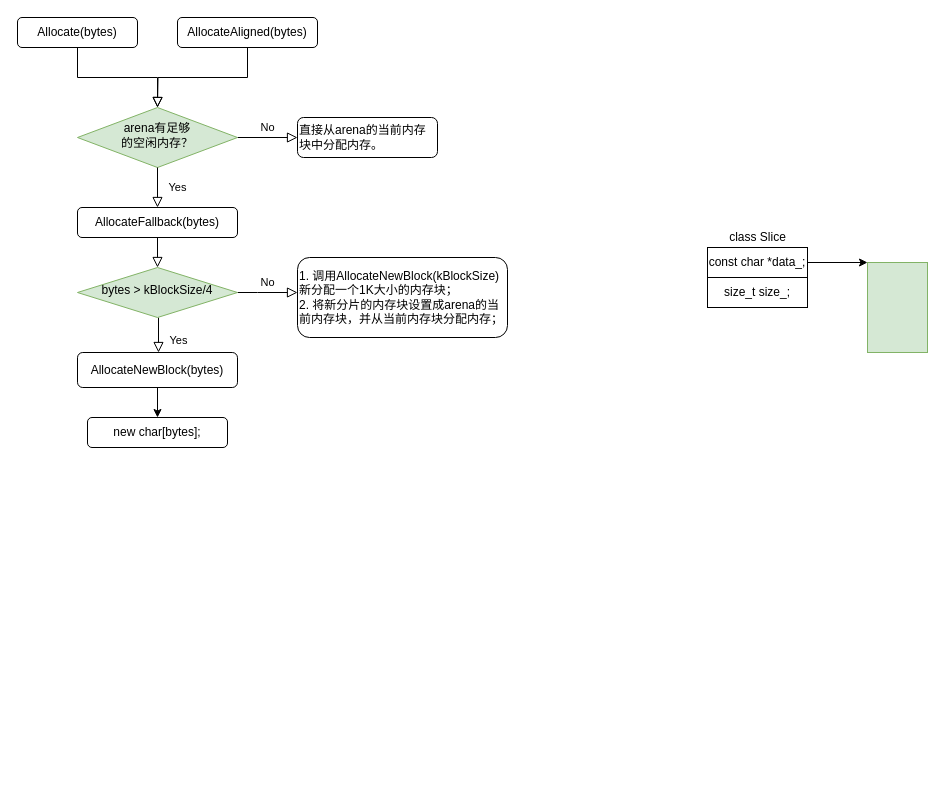
Above: leveldb_arena.drawio in leonsimba/kv_cache (draw.io), before the change. Source tidied: cells renumbered, new cells numbered last; positions are measured from the earlier drawing's top-left corner, leaving out a move shared by most shapes. Both pictures are drawn from the tidied source at 100%, with x=0, y=0 at pixel (17, 17).
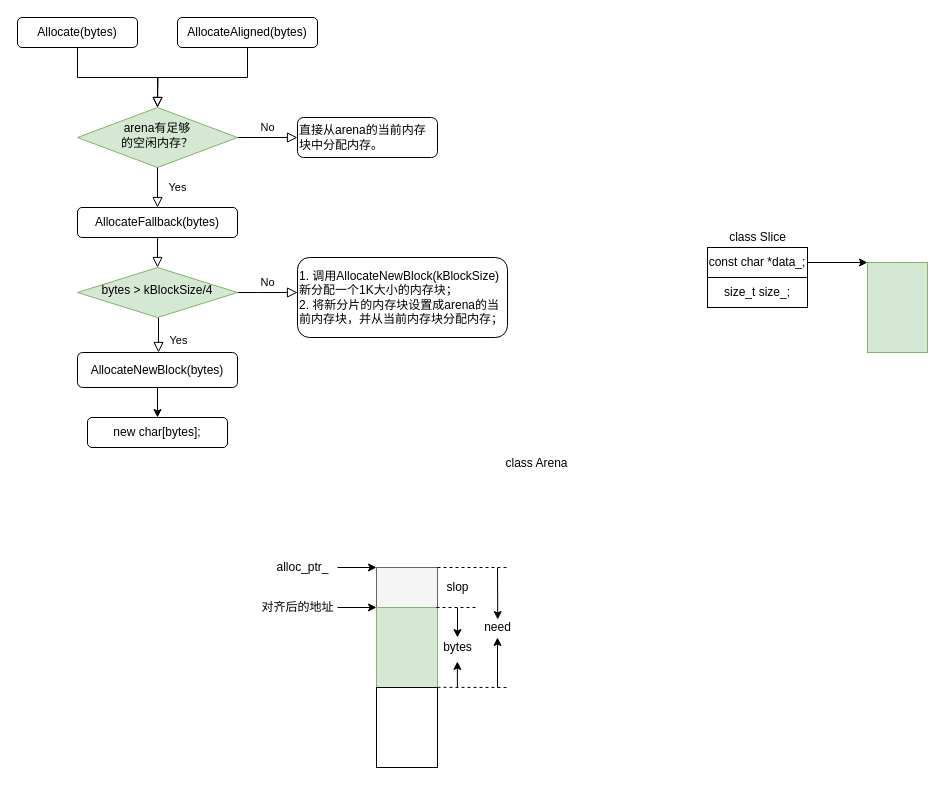
Above is the later version.

What changed in the source:
```diff
@@
+    <mxCell id="24" style="rounded=0;whiteSpace=wrap;html=1;fillColor=#f5f5f5;strokeColor=#666666;fontColor=#333333;" parent="1" vertex="1">
+      <mxGeometry x="359" y="550" width="61" height="40" as="geometry" />
+    </mxCell>
+    <mxCell id="25" value="class Arena" style="text;html=1;align=center;verticalAlign=middle;" parent="1" vertex="1">
+      <mxGeometry x="479" y="436" width="80" height="20" as="geometry" />
+    </mxCell>
+    <mxCell id="26" style="rounded=0;whiteSpace=wrap;html=1;fillColor=#d5e8d4;strokeColor=#82b366;" parent="1" vertex="1">
+      <mxGeometry x="359" y="590" width="61" height="80" as="geometry" />
+    </mxCell>
+    <mxCell id="27" style="rounded=0;whiteSpace=wrap;html=1;" parent="1" vertex="1">
+      <mxGeometry x="359" y="670" width="61" height="80" as="geometry" />
+    </mxCell>
+    <mxCell id="28" value="bytes" style="text;html=1;align=center;verticalAlign=middle;" parent="1" vertex="1">
+      <mxGeometry x="420" y="620" width="40" height="20" as="geometry" />
+    </mxCell>
+    <mxCell id="29" value="slop" style="text;html=1;align=center;verticalAlign=middle;" parent="1" vertex="1">
+      <mxGeometry x="420" y="560" width="40" height="20" as="geometry" />
+    </mxCell>
+    <mxCell id="30" style="endArrow=none;html=1;exitX=1;exitY=0;exitDx=0;exitDy=0;dashed=1;" parent="1" edge="1" source="24">
+      <mxGeometry relative="1" as="geometry">
+        <mxPoint x="490" y="550" as="targetPoint" />
+      </mxGeometry>
+    </mxCell>
+    <mxCell id="31" style="endArrow=none;html=1;exitX=1;exitY=0;exitDx=0;exitDy=0;dashed=1;" parent="1" edge="1">
+      <mxGeometry relative="1" as="geometry">
+        <mxPoint x="419" y="590" as="sourcePoint" />
+        <mxPoint x="459" y="590" as="targetPoint" />
+      </mxGeometry>
+    </mxCell>
+    <mxCell id="32" value="alloc_ptr_" style="text;html=1;align=center;verticalAlign=middle;" parent="1" vertex="1">
+      <mxGeometry x="250" y="540" width="70" height="20" as="geometry" />
+    </mxCell>
+    <mxCell id="33" style="endArrow=classic;html=1;entryX=0;entryY=0;entryDx=0;entryDy=0;" parent="1" edge="1" target="24">
+      <mxGeometry relative="1" as="geometry">
+        <mxPoint x="320" y="550" as="sourcePoint" />
+      </mxGeometry>
+    </mxCell>
+    <mxCell id="34" value="对齐后的地址" style="text;html=1;align=center;verticalAlign=middle;" parent="1" vertex="1">
+      <mxGeometry x="235" y="580" width="90" height="20" as="geometry" />
+    </mxCell>
+    <mxCell id="35" style="endArrow=classic;html=1;entryX=0;entryY=1;entryDx=0;entryDy=0;" parent="1" edge="1" target="24">
+      <mxGeometry relative="1" as="geometry">
+        <mxPoint x="320" y="590" as="sourcePoint" />
+      </mxGeometry>
+    </mxCell>
+    <mxCell id="36" style="endArrow=classic;html=1;" parent="1" edge="1">
+      <mxGeometry relative="1" as="geometry">
+        <mxPoint x="439.9" y="670" as="sourcePoint" />
+        <mxPoint x="439.9" y="644" as="targetPoint" />
+      </mxGeometry>
+    </mxCell>
+    <mxCell id="37" style="endArrow=classic;html=1;" parent="1" edge="1">
+      <mxGeometry relative="1" as="geometry">
+        <mxPoint x="440" y="590" as="sourcePoint" />
+        <mxPoint x="440" y="620" as="targetPoint" />
+      </mxGeometry>
+    </mxCell>
+    <mxCell id="38" style="endArrow=none;html=1;exitX=1;exitY=0;exitDx=0;exitDy=0;dashed=1;" parent="1" edge="1">
+      <mxGeometry relative="1" as="geometry">
+        <mxPoint x="420" y="669.8" as="sourcePoint" />
+        <mxPoint x="490" y="670" as="targetPoint" />
+      </mxGeometry>
+    </mxCell>
+    <mxCell id="39" style="endArrow=classic;html=1;" parent="1" edge="1">
+      <mxGeometry relative="1" as="geometry">
+        <mxPoint x="480" y="670" as="sourcePoint" />
+        <mxPoint x="480" y="620" as="targetPoint" />
+      </mxGeometry>
+    </mxCell>
+    <mxCell id="40" value="need" style="text;html=1;align=center;verticalAlign=middle;points=[];" parent="1" vertex="1">
+      <mxGeometry x="460" y="600" width="40" height="20" as="geometry" />
+    </mxCell>
+    <mxCell id="41" style="endArrow=classic;html=1;entryX=0.506;entryY=0.1;entryDx=0;entryDy=0;entryPerimeter=0;" parent="1" edge="1" target="40">
+      <mxGeometry relative="1" as="geometry">
+        <mxPoint x="480" y="550" as="sourcePoint" />
+      </mxGeometry>
+    </mxCell>
```
